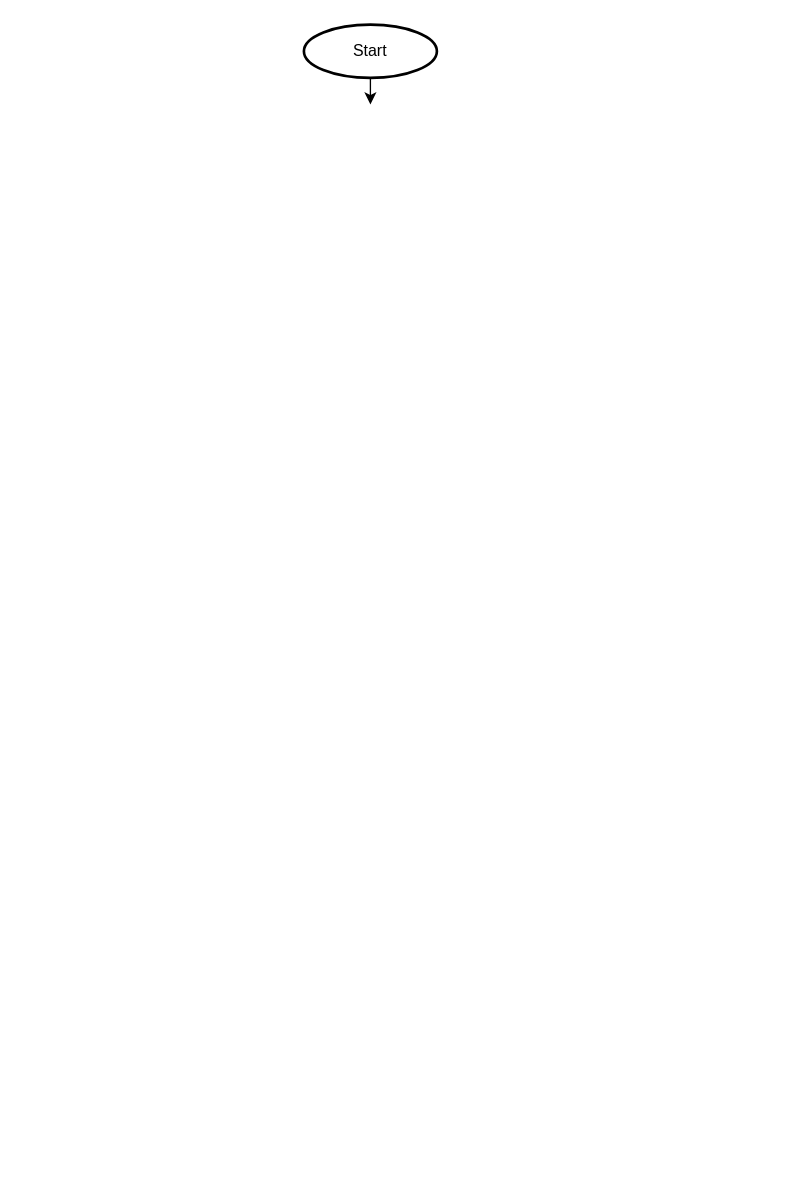
Above: diagrams/algoritms/task4.drawio in Vlas1d/Algorithms (draw.io), before the change. Source tidied: cells renumbered, new cells numbered last; positions are measured from the earlier drawing's top-left corner, leaving out a move shared by most shapes. Both pictures are drawn from the tidied source at 133%, with x=0, y=0 at pixel (303, 24).
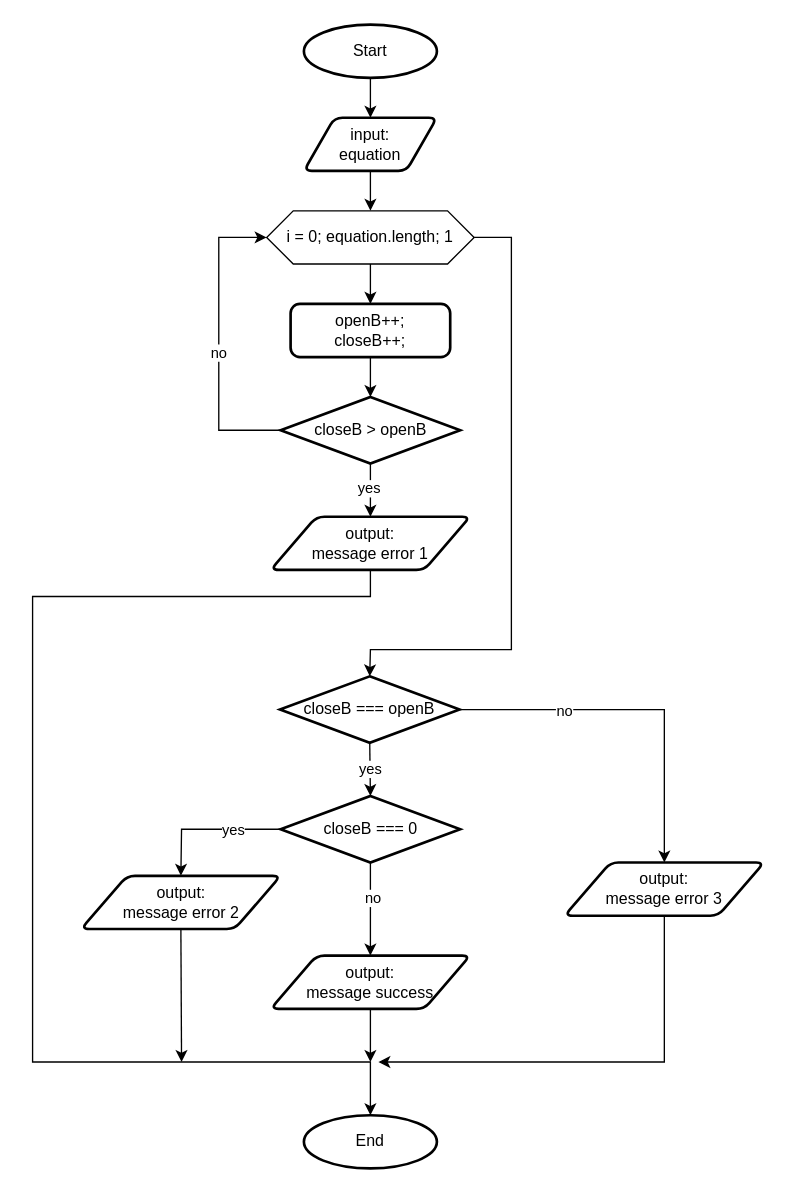
The same diagram, later.

Unchanged cells that the change refers to:
```xml
<mxCell id="2" value="Start" style="strokeWidth=2;html=1;shape=mxgraph.flowchart.start_1;whiteSpace=wrap;" parent="1" vertex="1">
  <mxGeometry width="100" height="40" as="geometry" />
</mxCell>
```

Change to the diagram source:
```diff
@@
-    <mxCell id="3" style="endArrow=classic;html=1;rounded=0;" parent="1" edge="1" source="2">
-      <mxGeometry relative="1" as="geometry">
-        <mxPoint x="50" y="60" as="targetPoint" />
-      </mxGeometry>
+    <mxCell id="3" style="endArrow=classic;html=1;rounded=0;entryX=0.5;entryY=0;entryDx=0;entryDy=0;" parent="1" edge="1" source="2" target="4">
+      <mxGeometry relative="1" as="geometry" />
     </mxCell>
+    <mxCell id="4" value="input:&lt;br&gt;equation" style="shape=parallelogram;html=1;strokeWidth=2;perimeter=parallelogramPerimeter;whiteSpace=wrap;rounded=1;arcSize=12;size=0.23;" parent="1" vertex="1">
+      <mxGeometry y="70" width="100" height="40" as="geometry" />
+    </mxCell>
+    <mxCell id="5" value="openB++;&lt;br&gt;closeB++;" style="rounded=1;whiteSpace=wrap;html=1;absoluteArcSize=1;arcSize=14;strokeWidth=2;" parent="1" vertex="1">
+      <mxGeometry x="-10" y="210" width="120" height="40" as="geometry" />
+    </mxCell>
+    <mxCell id="6" value="closeB &amp;gt; openB" style="strokeWidth=2;html=1;shape=mxgraph.flowchart.decision;whiteSpace=wrap;" parent="1" vertex="1">
+      <mxGeometry x="-17.5" y="280" width="135" height="50" as="geometry" />
+    </mxCell>
+    <mxCell id="7" value="output:&lt;br&gt;message error 1" style="shape=parallelogram;html=1;strokeWidth=2;perimeter=parallelogramPerimeter;whiteSpace=wrap;rounded=1;arcSize=12;size=0.23;" parent="1" vertex="1">
+      <mxGeometry x="-25" y="370" width="150" height="40" as="geometry" />
+    </mxCell>
+    <mxCell id="8" value="closeB === openB" style="strokeWidth=2;html=1;shape=mxgraph.flowchart.decision;whiteSpace=wrap;" parent="1" vertex="1">
+      <mxGeometry x="-18" y="490" width="135" height="50" as="geometry" />
+    </mxCell>
+    <mxCell id="9" value="output:&lt;br&gt;message error 2" style="shape=parallelogram;html=1;strokeWidth=2;perimeter=parallelogramPerimeter;whiteSpace=wrap;rounded=1;arcSize=12;size=0.23;" parent="1" vertex="1">
+      <mxGeometry x="-167.5" y="640" width="150" height="40" as="geometry" />
+    </mxCell>
+    <mxCell id="10" value="closeB === 0" style="strokeWidth=2;html=1;shape=mxgraph.flowchart.decision;whiteSpace=wrap;" parent="1" vertex="1">
+      <mxGeometry x="-17.5" y="580" width="135" height="50" as="geometry" />
+    </mxCell>
+    <mxCell id="11" value="output:&lt;br&gt;message success" style="shape=parallelogram;html=1;strokeWidth=2;perimeter=parallelogramPerimeter;whiteSpace=wrap;rounded=1;arcSize=12;size=0.23;" parent="1" vertex="1">
+      <mxGeometry x="-25" y="700" width="150" height="40" as="geometry" />
+    </mxCell>
+    <mxCell id="12" value="output:&lt;br&gt;message error 3" style="shape=parallelogram;html=1;strokeWidth=2;perimeter=parallelogramPerimeter;whiteSpace=wrap;rounded=1;arcSize=12;size=0.23;" parent="1" vertex="1">
+      <mxGeometry x="196" y="630" width="150" height="40" as="geometry" />
+    </mxCell>
+    <mxCell id="13" value="i = 0; equation.length; 1" style="shape=hexagon;perimeter=hexagonPerimeter2;whiteSpace=wrap;html=1;fixedSize=1;" parent="1" vertex="1">
+      <mxGeometry x="-28" y="140" width="156" height="40" as="geometry" />
+    </mxCell>
+    <mxCell id="14" style="endArrow=classic;html=1;rounded=0;exitX=0.5;exitY=1;exitDx=0;exitDy=0;" parent="1" edge="1" source="4" target="13">
+      <mxGeometry relative="1" as="geometry" />
+    </mxCell>
+    <mxCell id="15" style="endArrow=classic;html=1;rounded=0;exitX=0.5;exitY=1;exitDx=0;exitDy=0;" parent="1" edge="1" source="13" target="5">
+      <mxGeometry relative="1" as="geometry" />
+    </mxCell>
+    <mxCell id="16" style="endArrow=classic;html=1;rounded=0;exitX=0.5;exitY=1;exitDx=0;exitDy=0;entryX=0.5;entryY=0;entryDx=0;entryDy=0;entryPerimeter=0;" parent="1" edge="1" source="5" target="6">
+      <mxGeometry relative="1" as="geometry" />
+    </mxCell>
+    <mxCell id="17" value="End" style="strokeWidth=2;html=1;shape=mxgraph.flowchart.start_1;whiteSpace=wrap;" parent="1" vertex="1">
+      <mxGeometry y="820" width="100" height="40" as="geometry" />
+    </mxCell>
+    <mxCell id="18" style="endArrow=classic;html=1;rounded=0;exitX=0;exitY=0.5;exitDx=0;exitDy=0;exitPerimeter=0;entryX=0;entryY=0.5;entryDx=0;entryDy=0;" parent="1" edge="1" source="6" target="13">
+      <mxGeometry relative="1" as="geometry">
+        <Array as="points">
+          <mxPoint x="-64" y="305" />
+          <mxPoint x="-64" y="160" />
+        </Array>
+      </mxGeometry>
+    </mxCell>
+    <mxCell id="19" value="no" style="edgeLabel;html=1;align=center;verticalAlign=middle;" parent="18" vertex="1">
+      <mxGeometry x="-0.08" y="1" relative="1" as="geometry" />
+    </mxCell>
+    <mxCell id="20" style="endArrow=classic;html=1;rounded=0;exitX=1;exitY=0.5;exitDx=0;exitDy=0;entryX=0.5;entryY=0;entryDx=0;entryDy=0;entryPerimeter=0;" parent="1" edge="1" source="13" target="8">
+      <mxGeometry relative="1" as="geometry">
+        <Array as="points">
+          <mxPoint x="156" y="160" />
+          <mxPoint x="156" y="470" />
+          <mxPoint x="50" y="470" />
+        </Array>
+      </mxGeometry>
+    </mxCell>
+    <mxCell id="21" style="endArrow=classic;html=1;rounded=0;exitX=0.5;exitY=1;exitDx=0;exitDy=0;exitPerimeter=0;entryX=0.5;entryY=0;entryDx=0;entryDy=0;" parent="1" edge="1" source="6" target="7">
+      <mxGeometry relative="1" as="geometry" />
+    </mxCell>
+    <mxCell id="22" value="yes" style="edgeLabel;html=1;align=center;verticalAlign=middle;" parent="21" vertex="1">
+      <mxGeometry x="-0.09" y="-2" relative="1" as="geometry" />
+    </mxCell>
+    <mxCell id="23" style="endArrow=classic;html=1;rounded=0;exitX=0.5;exitY=1;exitDx=0;exitDy=0;exitPerimeter=0;entryX=0.5;entryY=0;entryDx=0;entryDy=0;entryPerimeter=0;" parent="1" edge="1" source="8" target="10">
+      <mxGeometry relative="1" as="geometry" />
+    </mxCell>
+    <mxCell id="24" value="yes" style="edgeLabel;html=1;align=center;verticalAlign=middle;" parent="23" vertex="1">
+      <mxGeometry x="-0.38" y="-1" relative="1" as="geometry">
+        <mxPoint x="1" y="7" as="offset" />
+      </mxGeometry>
+    </mxCell>
+    <mxCell id="25" style="endArrow=classic;html=1;rounded=0;exitX=0;exitY=0.5;exitDx=0;exitDy=0;exitPerimeter=0;entryX=0.5;entryY=0;entryDx=0;entryDy=0;" parent="1" edge="1" source="10" target="9">
+      <mxGeometry relative="1" as="geometry">
+        <Array as="points">
+          <mxPoint x="-92" y="605" />
+        </Array>
+      </mxGeometry>
+    </mxCell>
+    <mxCell id="26" value="yes" style="edgeLabel;html=1;align=center;verticalAlign=middle;" parent="25" vertex="1">
+      <mxGeometry x="-0.18" relative="1" as="geometry">
+        <mxPoint x="9" as="offset" />
+      </mxGeometry>
+    </mxCell>
+    <mxCell id="27" style="endArrow=classic;html=1;rounded=0;exitX=0.5;exitY=1;exitDx=0;exitDy=0;" parent="1" edge="1" source="7" target="17">
+      <mxGeometry relative="1" as="geometry">
+        <Array as="points">
+          <mxPoint x="50" y="430" />
+          <mxPoint x="-204" y="430" />
+          <mxPoint x="-204" y="780" />
+          <mxPoint x="50" y="780" />
+        </Array>
+      </mxGeometry>
+    </mxCell>
+    <mxCell id="28" style="endArrow=classic;html=1;rounded=0;exitX=1;exitY=0.5;exitDx=0;exitDy=0;exitPerimeter=0;entryX=0.5;entryY=0;entryDx=0;entryDy=0;" parent="1" edge="1" source="8" target="12">
+      <mxGeometry relative="1" as="geometry">
+        <Array as="points">
+          <mxPoint x="271" y="515" />
+        </Array>
+      </mxGeometry>
+    </mxCell>
+    <mxCell id="29" value="no" style="edgeLabel;html=1;align=center;verticalAlign=middle;" parent="28" vertex="1">
+      <mxGeometry x="-0.42" y="-2" relative="1" as="geometry">
+        <mxPoint y="-2" as="offset" />
+      </mxGeometry>
+    </mxCell>
+    <mxCell id="30" style="endArrow=classic;html=1;rounded=0;exitX=0.5;exitY=1;exitDx=0;exitDy=0;exitPerimeter=0;entryX=0.5;entryY=0;entryDx=0;entryDy=0;" parent="1" edge="1" source="10" target="11">
+      <mxGeometry relative="1" as="geometry" />
+    </mxCell>
+    <mxCell id="31" value="no" style="edgeLabel;html=1;align=center;verticalAlign=middle;" parent="30" vertex="1">
+      <mxGeometry x="-0.26" y="1" relative="1" as="geometry" />
+    </mxCell>
+    <mxCell id="32" style="endArrow=classic;html=1;rounded=0;exitX=0.5;exitY=1;exitDx=0;exitDy=0;" parent="1" edge="1" source="11">
+      <mxGeometry relative="1" as="geometry">
+        <mxPoint x="50" y="780" as="targetPoint" />
+      </mxGeometry>
+    </mxCell>
+    <mxCell id="33" style="endArrow=classic;html=1;rounded=0;exitX=0.5;exitY=1;exitDx=0;exitDy=0;" parent="1" edge="1" source="9">
+      <mxGeometry relative="1" as="geometry">
+        <mxPoint x="-92" y="780" as="targetPoint" />
+      </mxGeometry>
+    </mxCell>
+    <mxCell id="34" style="endArrow=classic;html=1;rounded=0;exitX=0.5;exitY=1;exitDx=0;exitDy=0;" parent="1" edge="1" source="12">
+      <mxGeometry relative="1" as="geometry">
+        <mxPoint x="56" y="780" as="targetPoint" />
+        <Array as="points">
+          <mxPoint x="271" y="780" />
+        </Array>
+      </mxGeometry>
+    </mxCell>
```
